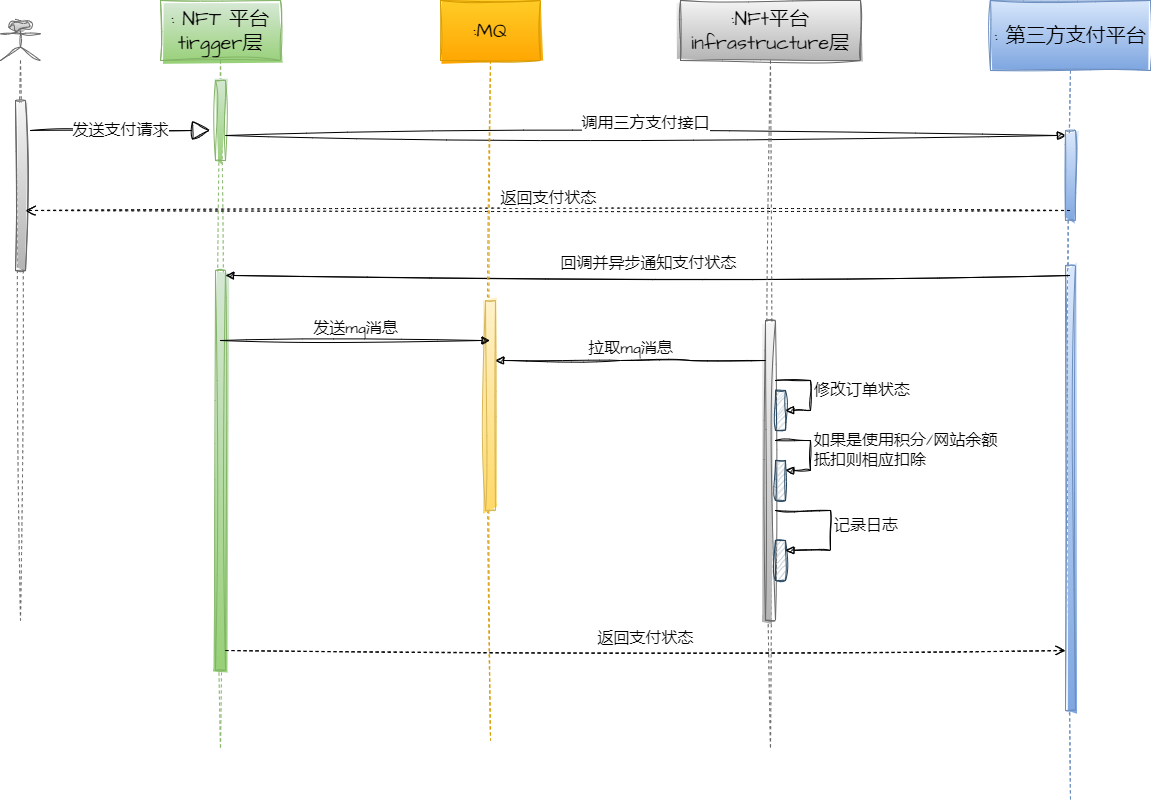
Above: doc/系统架构代码设计.assets/支付订单mq.png in nb-sb/nft (draw.io), before the change. Source tidied: cells renumbered, new cells last; positions are measured from the earlier drawing's top-left corner, leaving out a move shared by most shapes.
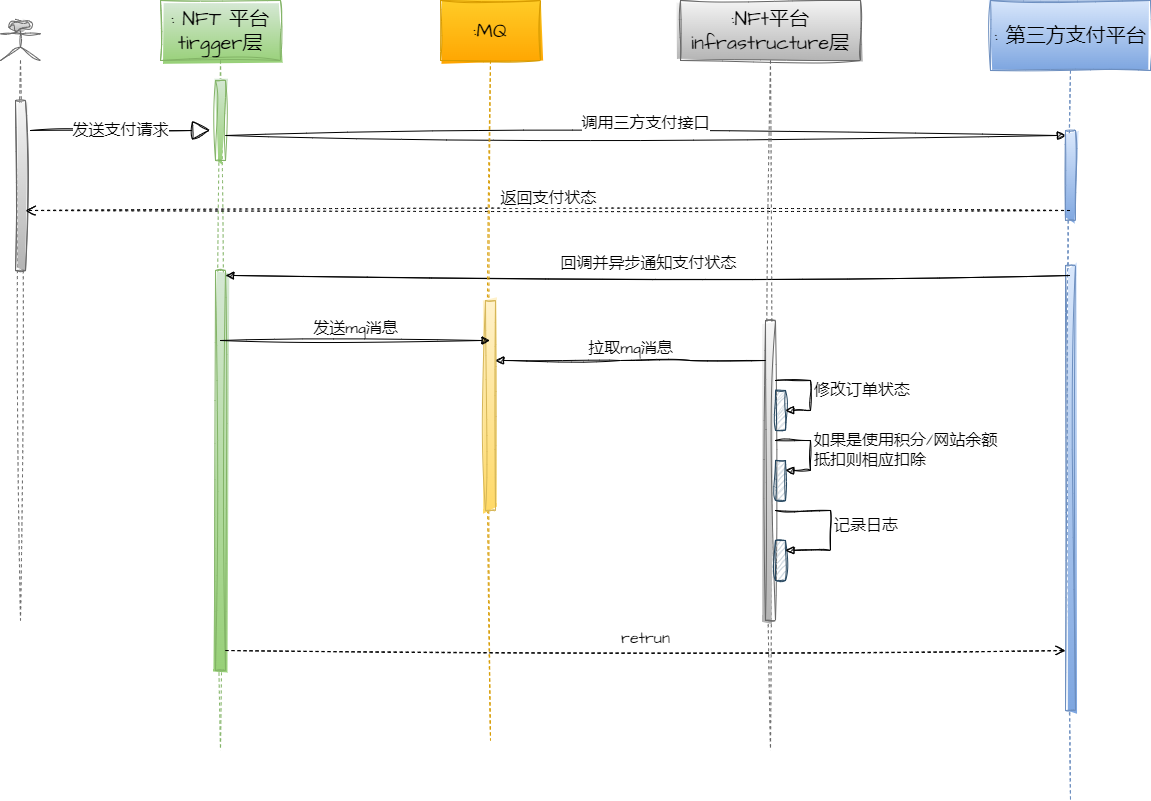
The same diagram one commit later.

Diff of the diagram source:
```diff
@@ -104,7 +104,7 @@
         </Array>
       </mxGeometry>
     </mxCell>
-    <mxCell id="26" value="返回支付状态" style="html=1;verticalAlign=bottom;endArrow=open;dashed=1;endSize=8;curved=0;rounded=0;sketch=1;hachureGap=4;jiggle=2;curveFitting=1;fontFamily=Architects Daughter;fontSource=https%3A%2F%2Ffonts.googleapis.com%2Fcss%3Ffamily%3DArchitects%2BDaughter;fontSize=16;" parent="1" edge="1">
+    <mxCell id="26" value="retrun" style="html=1;verticalAlign=bottom;endArrow=open;dashed=1;endSize=8;curved=0;rounded=0;sketch=1;hachureGap=4;jiggle=2;curveFitting=1;fontFamily=Architects Daughter;fontSource=https%3A%2F%2Ffonts.googleapis.com%2Fcss%3Ffamily%3DArchitects%2BDaughter;fontSize=16;" parent="1" edge="1">
       <mxGeometry relative="1" as="geometry">
         <mxPoint x="225" y="650" as="sourcePoint" />
         <mxPoint x="1065" y="650" as="targetPoint" />
```
